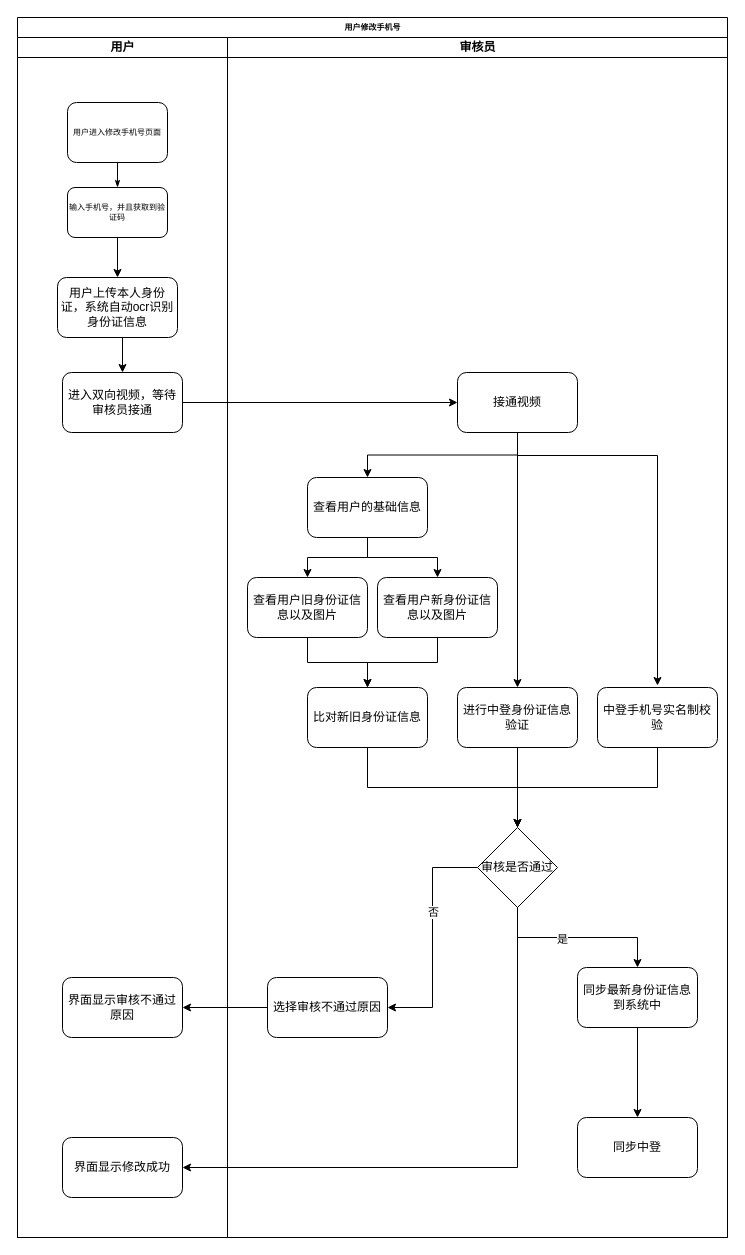
Earlier version of the draw.io diagram 未命名绘图.drawio (chengs2035/draw.io). Source tidied: cells renumbered, new cells numbered last; positions are measured from the earlier drawing's top-left corner, leaving out a move shared by most shapes. Both pictures are drawn from the tidied source at 100%, with x=0, y=0 at pixel (17, 17).
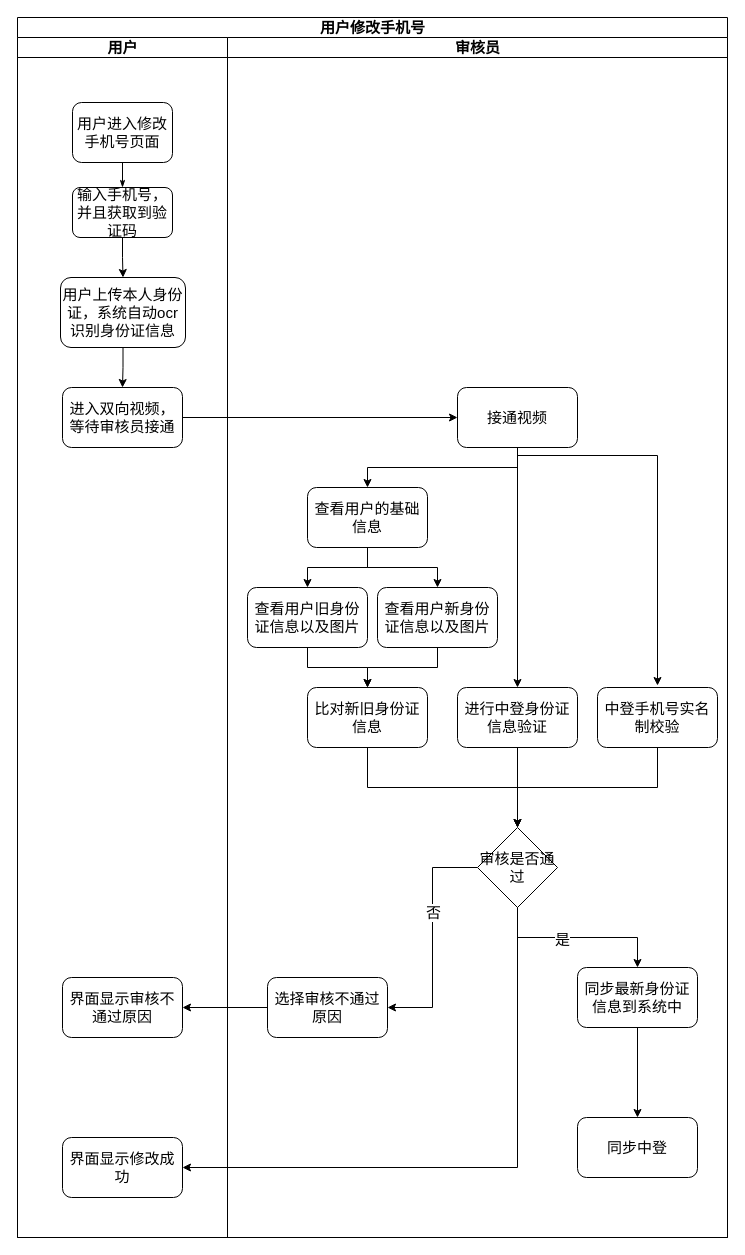
Above is the later version.

Commit message (it also covers changes not shown here):
更新未命名绘图.drawio

What changed in the source:
```diff
@@
-    <mxCell id="2" value="用户修改手机号" style="swimlane;html=1;startSize=20;rounded=0;shadow=0;labelBackgroundColor=none;strokeWidth=1;fontFamily=Verdana;fontSize=8;align=center;" parent="1" vertex="1">
+    <mxCell id="2" value="用户修改手机号" style="swimlane;html=1;startSize=20;rounded=0;shadow=0;labelBackgroundColor=none;strokeWidth=1;fontFamily=Verdana;fontSize=15;align=center;" parent="1" vertex="1">
       <mxGeometry width="710" height="1220" as="geometry" />
     </mxCell>
-    <mxCell id="3" value="用户" style="swimlane;html=1;startSize=20;" parent="2" vertex="1">
+    <mxCell id="3" value="用户" style="swimlane;html=1;startSize=20;fontSize=15;" parent="2" vertex="1">
       <mxGeometry y="20" width="210" height="1200" as="geometry" />
     </mxCell>
-    <mxCell id="4" value="用户进入修改手机号页面" style="rounded=1;whiteSpace=wrap;html=1;shadow=0;labelBackgroundColor=none;strokeWidth=1;fontFamily=Verdana;fontSize=8;align=center;" parent="3" vertex="1">
-      <mxGeometry x="50" y="65" width="100" height="60" as="geometry" />
+    <mxCell id="4" value="用户进入修改手机号页面" style="rounded=1;whiteSpace=wrap;html=1;shadow=0;labelBackgroundColor=none;strokeWidth=1;fontFamily=Verdana;fontSize=15;align=center;" parent="3" vertex="1">
+      <mxGeometry x="55" y="65" width="100" height="60" as="geometry" />
     </mxCell>
-    <mxCell id="5" style="edgeStyle=orthogonalEdgeStyle;rounded=0;jettySize=auto;html=1;exitX=0.5;exitY=1;exitDx=0;exitDy=0;entryX=0.5;entryY=0;entryDx=0;entryDy=0;" parent="3" edge="1" source="6" target="9">
+    <mxCell id="5" style="edgeStyle=orthogonalEdgeStyle;rounded=0;jettySize=auto;html=1;exitX=0.5;exitY=1;exitDx=0;exitDy=0;entryX=0.5;entryY=0;entryDx=0;entryDy=0;fontSize=15;" parent="3" edge="1" source="6" target="9">
       <mxGeometry relative="1" as="geometry" />
     </mxCell>
-    <mxCell id="6" value="输入手机号，并且获取到验证码" style="rounded=1;html=1;shadow=0;labelBackgroundColor=none;strokeWidth=1;fontFamily=Verdana;fontSize=8;align=center;verticalAlign=middle;whiteSpace=wrap;" parent="3" vertex="1">
-      <mxGeometry x="50" y="150" width="100" height="50" as="geometry" />
+    <mxCell id="6" value="输入手机号，并且获取到验证码" style="rounded=1;html=1;shadow=0;labelBackgroundColor=none;strokeWidth=1;fontFamily=Verdana;fontSize=15;align=center;verticalAlign=middle;whiteSpace=wrap;" parent="3" vertex="1">
+      <mxGeometry x="55" y="150" width="100" height="50" as="geometry" />
     </mxCell>
-    <mxCell id="7" style="edgeStyle=orthogonalEdgeStyle;rounded=1;html=1;labelBackgroundColor=none;startArrow=none;startFill=0;startSize=5;endArrow=classicThin;endFill=1;endSize=5;jettySize=auto;strokeWidth=1;fontFamily=Verdana;fontSize=8;" parent="3" edge="1" source="4" target="6">
+    <mxCell id="7" style="edgeStyle=orthogonalEdgeStyle;rounded=1;html=1;labelBackgroundColor=none;startArrow=none;startFill=0;startSize=5;endArrow=classicThin;endFill=1;endSize=5;jettySize=auto;strokeWidth=1;fontFamily=Verdana;fontSize=15;" parent="3" edge="1" source="4" target="6">
       <mxGeometry relative="1" as="geometry" />
     </mxCell>
-    <mxCell id="8" style="edgeStyle=orthogonalEdgeStyle;rounded=0;jettySize=auto;html=1;exitX=0.5;exitY=1;exitDx=0;exitDy=0;entryX=0.5;entryY=0;entryDx=0;entryDy=0;" parent="3" edge="1" source="9" target="10">
+    <mxCell id="8" style="edgeStyle=orthogonalEdgeStyle;rounded=0;jettySize=auto;html=1;exitX=0.5;exitY=1;exitDx=0;exitDy=0;entryX=0.5;entryY=0;entryDx=0;entryDy=0;fontSize=15;" parent="3" edge="1" source="9" target="10">
       <mxGeometry relative="1" as="geometry" />
     </mxCell>
-    <mxCell id="9" value="用户上传本人身份证，系统自动ocr识别身份证信息" style="rounded=1;whiteSpace=wrap;html=1;" parent="3" vertex="1">
-      <mxGeometry x="40" y="240" width="120" height="60" as="geometry" />
+    <mxCell id="9" value="用户上传本人身份证，系统自动ocr识别身份证信息" style="rounded=1;whiteSpace=wrap;html=1;fontSize=15;" parent="3" vertex="1">
+      <mxGeometry x="43" y="240" width="125" height="70" as="geometry" />
     </mxCell>
-    <mxCell id="10" value="进入双向视频，等待审核员接通" style="rounded=1;whiteSpace=wrap;html=1;" parent="3" vertex="1">
-      <mxGeometry x="45" y="335" width="120" height="60" as="geometry" />
+    <mxCell id="10" value="进入双向视频，等待审核员接通" style="rounded=1;whiteSpace=wrap;html=1;fontSize=15;" parent="3" vertex="1">
+      <mxGeometry x="45" y="350" width="120" height="60" as="geometry" />
     </mxCell>
-    <mxCell id="11" value="界面显示审核不通过原因" style="rounded=1;whiteSpace=wrap;html=1;" parent="3" vertex="1">
+    <mxCell id="11" value="界面显示审核不通过原因" style="rounded=1;whiteSpace=wrap;html=1;fontSize=15;" parent="3" vertex="1">
       <mxGeometry x="45" y="940" width="120" height="60" as="geometry" />
     </mxCell>
-    <mxCell id="12" value="界面显示修改成功" style="rounded=1;whiteSpace=wrap;html=1;" parent="3" vertex="1">
+    <mxCell id="12" value="界面显示修改成功" style="rounded=1;whiteSpace=wrap;html=1;fontSize=15;" parent="3" vertex="1">
       <mxGeometry x="45" y="1100" width="120" height="60" as="geometry" />
     </mxCell>
-    <mxCell id="13" style="edgeStyle=orthogonalEdgeStyle;rounded=0;jettySize=auto;html=1;exitX=1;exitY=0.5;exitDx=0;exitDy=0;entryX=0;entryY=0.5;entryDx=0;entryDy=0;" parent="2" edge="1" source="10" target="19">
+    <mxCell id="13" style="edgeStyle=orthogonalEdgeStyle;rounded=0;jettySize=auto;html=1;exitX=1;exitY=0.5;exitDx=0;exitDy=0;entryX=0;entryY=0.5;entryDx=0;entryDy=0;fontSize=15;" parent="2" edge="1" source="10" target="19">
       <mxGeometry relative="1" as="geometry" />
     </mxCell>
-    <mxCell id="14" value="审核员" style="swimlane;html=1;startSize=20;direction=east;" parent="2" vertex="1">
+    <mxCell id="14" value="审核员" style="swimlane;html=1;startSize=20;direction=east;fontSize=15;" parent="2" vertex="1">
       <mxGeometry x="210" y="20" width="500" height="1200" as="geometry" />
     </mxCell>
-    <mxCell id="15" value="查看用户旧身份证信息以及图片" style="rounded=1;whiteSpace=wrap;html=1;" parent="14" vertex="1">
-      <mxGeometry x="20" y="540" width="120" height="60" as="geometry" />
+    <mxCell id="15" value="查看用户旧身份证信息以及图片" style="rounded=1;whiteSpace=wrap;html=1;fontSize=15;" parent="14" vertex="1">
+      <mxGeometry x="20" y="550" width="120" height="60" as="geometry" />
     </mxCell>
-    <mxCell id="16" style="edgeStyle=orthogonalEdgeStyle;rounded=0;jettySize=auto;html=1;exitX=0.5;exitY=1;exitDx=0;exitDy=0;entryX=0.5;entryY=0;entryDx=0;entryDy=0;" parent="14" edge="1" source="19" target="21">
+    <mxCell id="16" style="edgeStyle=orthogonalEdgeStyle;rounded=0;jettySize=auto;html=1;exitX=0.5;exitY=1;exitDx=0;exitDy=0;entryX=0.5;entryY=0;entryDx=0;entryDy=0;fontSize=15;" parent="14" edge="1" source="19" target="21">
       <mxGeometry relative="1" as="geometry" />
     </mxCell>
-    <mxCell id="17" style="edgeStyle=orthogonalEdgeStyle;rounded=0;jettySize=auto;html=1;exitX=0.5;exitY=1;exitDx=0;exitDy=0;" parent="14" edge="1" source="19" target="25">
+    <mxCell id="17" style="edgeStyle=orthogonalEdgeStyle;rounded=0;jettySize=auto;html=1;exitX=0.5;exitY=1;exitDx=0;exitDy=0;fontSize=15;" parent="14" edge="1" source="19" target="25">
       <mxGeometry relative="1" as="geometry" />
     </mxCell>
-    <mxCell id="18" style="edgeStyle=orthogonalEdgeStyle;rounded=0;orthogonalLoop=1;jettySize=auto;html=1;exitX=0.5;exitY=1;exitDx=0;exitDy=0;entryX=0.5;entryY=0;entryDx=0;entryDy=0;" parent="14" edge="1">
+    <mxCell id="18" style="edgeStyle=orthogonalEdgeStyle;rounded=0;orthogonalLoop=1;jettySize=auto;html=1;exitX=0.5;exitY=1;exitDx=0;exitDy=0;entryX=0.5;entryY=0;entryDx=0;entryDy=0;fontSize=15;" parent="14" edge="1">
       <mxGeometry relative="1" as="geometry">
         <mxPoint x="290" y="393" as="sourcePoint" />
         <mxPoint x="430" y="648" as="targetPoint" />
         <Array as="points">
           <mxPoint x="290" y="418" />
           <mxPoint x="430" y="418" />
         </Array>
       </mxGeometry>
     </mxCell>
-    <mxCell id="19" value="接通视频" style="rounded=1;whiteSpace=wrap;html=1;" parent="14" vertex="1">
-      <mxGeometry x="230" y="335" width="120" height="60" as="geometry" />
+    <mxCell id="19" value="接通视频" style="rounded=1;whiteSpace=wrap;html=1;fontSize=15;" parent="14" vertex="1">
+      <mxGeometry x="230" y="350" width="120" height="60" as="geometry" />
     </mxCell>
-    <mxCell id="20" style="edgeStyle=orthogonalEdgeStyle;rounded=0;jettySize=auto;html=1;exitX=0.5;exitY=1;exitDx=0;exitDy=0;entryX=0.5;entryY=0;entryDx=0;entryDy=0;" parent="14" edge="1" source="21" target="15">
+    <mxCell id="20" style="edgeStyle=orthogonalEdgeStyle;rounded=0;jettySize=auto;html=1;exitX=0.5;exitY=1;exitDx=0;exitDy=0;entryX=0.5;entryY=0;entryDx=0;entryDy=0;fontSize=15;" parent="14" edge="1" source="21" target="15">
       <mxGeometry relative="1" as="geometry" />
     </mxCell>
-    <mxCell id="21" value="查看用户的基础信息" style="rounded=1;whiteSpace=wrap;html=1;" parent="14" vertex="1">
-      <mxGeometry x="80" y="440" width="120" height="60" as="geometry" />
+    <mxCell id="21" value="查看用户的基础信息" style="rounded=1;whiteSpace=wrap;html=1;fontSize=15;" parent="14" vertex="1">
+      <mxGeometry x="80" y="450" width="120" height="60" as="geometry" />
     </mxCell>
-    <mxCell id="22" style="edgeStyle=orthogonalEdgeStyle;rounded=0;jettySize=auto;html=1;exitX=0.5;exitY=1;exitDx=0;exitDy=0;entryX=0.5;entryY=0;entryDx=0;entryDy=0;" parent="14" edge="1" source="23" target="36">
+    <mxCell id="22" style="edgeStyle=orthogonalEdgeStyle;rounded=0;jettySize=auto;html=1;exitX=0.5;exitY=1;exitDx=0;exitDy=0;entryX=0.5;entryY=0;entryDx=0;entryDy=0;fontSize=15;" parent="14" edge="1" source="23" target="36">
       <mxGeometry relative="1" as="geometry" />
     </mxCell>
-    <mxCell id="23" value="比对新旧身份证信息" style="rounded=1;whiteSpace=wrap;html=1;" parent="14" vertex="1">
+    <mxCell id="23" value="比对新旧身份证信息" style="rounded=1;whiteSpace=wrap;html=1;fontSize=15;" parent="14" vertex="1">
       <mxGeometry x="80" y="650" width="120" height="60" as="geometry" />
     </mxCell>
-    <mxCell id="24" style="edgeStyle=orthogonalEdgeStyle;rounded=0;jettySize=auto;html=1;exitX=0.5;exitY=1;exitDx=0;exitDy=0;entryX=0.5;entryY=0;entryDx=0;entryDy=0;" parent="14" edge="1" source="15" target="23">
+    <mxCell id="24" style="edgeStyle=orthogonalEdgeStyle;rounded=0;jettySize=auto;html=1;exitX=0.5;exitY=1;exitDx=0;exitDy=0;entryX=0.5;entryY=0;entryDx=0;entryDy=0;fontSize=15;" parent="14" edge="1" source="15" target="23">
       <mxGeometry relative="1" as="geometry" />
     </mxCell>
-    <mxCell id="25" value="进行中登身份证信息验证" style="rounded=1;whiteSpace=wrap;html=1;" parent="14" vertex="1">
+    <mxCell id="25" value="进行中登身份证信息验证" style="rounded=1;whiteSpace=wrap;html=1;fontSize=15;" parent="14" vertex="1">
       <mxGeometry x="230" y="650" width="120" height="60" as="geometry" />
     </mxCell>
-    <mxCell id="26" value="中登手机号实名制校验" style="rounded=1;whiteSpace=wrap;html=1;" parent="14" vertex="1">
+    <mxCell id="26" value="中登手机号实名制校验" style="rounded=1;whiteSpace=wrap;html=1;fontSize=15;" parent="14" vertex="1">
       <mxGeometry x="370" y="650" width="120" height="60" as="geometry" />
     </mxCell>
-    <mxCell id="27" value="查看用户新身份证信息以及图片" style="rounded=1;whiteSpace=wrap;html=1;" parent="14" vertex="1">
-      <mxGeometry x="150" y="540" width="120" height="60" as="geometry" />
+    <mxCell id="27" value="查看用户新身份证信息以及图片" style="rounded=1;whiteSpace=wrap;html=1;fontSize=15;" parent="14" vertex="1">
+      <mxGeometry x="150" y="550" width="120" height="60" as="geometry" />
     </mxCell>
-    <mxCell id="28" style="edgeStyle=orthogonalEdgeStyle;rounded=0;jettySize=auto;html=1;exitX=0.5;exitY=1;exitDx=0;exitDy=0;entryX=0.5;entryY=0;entryDx=0;entryDy=0;" parent="14" edge="1" source="27" target="23">
+    <mxCell id="28" style="edgeStyle=orthogonalEdgeStyle;rounded=0;jettySize=auto;html=1;exitX=0.5;exitY=1;exitDx=0;exitDy=0;entryX=0.5;entryY=0;entryDx=0;entryDy=0;fontSize=15;" parent="14" edge="1" source="27" target="23">
       <mxGeometry relative="1" as="geometry" />
     </mxCell>
-    <mxCell id="29" style="edgeStyle=orthogonalEdgeStyle;rounded=0;jettySize=auto;html=1;exitX=0.5;exitY=1;exitDx=0;exitDy=0;entryX=0.5;entryY=0;entryDx=0;entryDy=0;" parent="14" edge="1" source="21" target="27">
+    <mxCell id="29" style="edgeStyle=orthogonalEdgeStyle;rounded=0;jettySize=auto;html=1;exitX=0.5;exitY=1;exitDx=0;exitDy=0;entryX=0.5;entryY=0;entryDx=0;entryDy=0;fontSize=15;" parent="14" edge="1" source="21" target="27">
       <mxGeometry relative="1" as="geometry" />
     </mxCell>
-    <mxCell id="30" style="edgeStyle=orthogonalEdgeStyle;rounded=0;jettySize=auto;html=1;exitX=0.5;exitY=1;exitDx=0;exitDy=0;entryX=0.5;entryY=0;entryDx=0;entryDy=0;" parent="14" edge="1" source="31" target="40">
+    <mxCell id="30" style="edgeStyle=orthogonalEdgeStyle;rounded=0;jettySize=auto;html=1;exitX=0.5;exitY=1;exitDx=0;exitDy=0;entryX=0.5;entryY=0;entryDx=0;entryDy=0;fontSize=15;" parent="14" edge="1" source="31" target="40">
       <mxGeometry relative="1" as="geometry" />
     </mxCell>
-    <mxCell id="31" value="同步最新身份证信息到系统中" style="rounded=1;whiteSpace=wrap;html=1;" parent="14" vertex="1">
+    <mxCell id="31" value="同步最新身份证信息到系统中" style="rounded=1;whiteSpace=wrap;html=1;fontSize=15;" parent="14" vertex="1">
       <mxGeometry x="350" y="930" width="120" height="60" as="geometry" />
     </mxCell>
-    <mxCell id="32" style="edgeStyle=orthogonalEdgeStyle;rounded=0;jettySize=auto;html=1;exitX=0.5;exitY=1;exitDx=0;exitDy=0;entryX=0.5;entryY=0;entryDx=0;entryDy=0;" parent="14" edge="1" source="36" target="31">
+    <mxCell id="32" style="edgeStyle=orthogonalEdgeStyle;rounded=0;jettySize=auto;html=1;exitX=0.5;exitY=1;exitDx=0;exitDy=0;entryX=0.5;entryY=0;entryDx=0;entryDy=0;fontSize=15;" parent="14" edge="1" source="36" target="31">
       <mxGeometry relative="1" as="geometry" />
     </mxCell>
-    <mxCell id="33" value="是" style="edgeLabel;html=1;align=center;verticalAlign=middle;" parent="32" vertex="1">
+    <mxCell id="33" value="是" style="edgeLabel;html=1;align=center;verticalAlign=middle;fontSize=15;" parent="32" vertex="1">
       <mxGeometry x="-0.18" y="-1" relative="1" as="geometry" />
     </mxCell>
-    <mxCell id="34" style="edgeStyle=orthogonalEdgeStyle;rounded=0;jettySize=auto;html=1;exitX=0;exitY=0.5;exitDx=0;exitDy=0;entryX=1;entryY=0.5;entryDx=0;entryDy=0;" parent="14" edge="1" source="36" target="39">
+    <mxCell id="34" style="edgeStyle=orthogonalEdgeStyle;rounded=0;jettySize=auto;html=1;exitX=0;exitY=0.5;exitDx=0;exitDy=0;entryX=1;entryY=0.5;entryDx=0;entryDy=0;fontSize=15;" parent="14" edge="1" source="36" target="39">
       <mxGeometry relative="1" as="geometry" />
     </mxCell>
-    <mxCell id="35" value="否" style="edgeLabel;html=1;align=center;verticalAlign=middle;" parent="34" vertex="1">
+    <mxCell id="35" value="否" style="edgeLabel;html=1;align=center;verticalAlign=middle;fontSize=15;" parent="34" vertex="1">
       <mxGeometry x="-0.23" relative="1" as="geometry" />
     </mxCell>
-    <mxCell id="36" value="审核是否通过" style="rhombus;whiteSpace=wrap;html=1;" parent="14" vertex="1">
+    <mxCell id="36" value="审核是否通过" style="rhombus;whiteSpace=wrap;html=1;fontSize=15;" parent="14" vertex="1">
       <mxGeometry x="250" y="790" width="80" height="80" as="geometry" />
     </mxCell>
-    <mxCell id="37" style="edgeStyle=orthogonalEdgeStyle;rounded=0;jettySize=auto;html=1;exitX=0.5;exitY=1;exitDx=0;exitDy=0;entryX=0.5;entryY=0;entryDx=0;entryDy=0;" parent="14" edge="1" source="26" target="36">
+    <mxCell id="37" style="edgeStyle=orthogonalEdgeStyle;rounded=0;jettySize=auto;html=1;exitX=0.5;exitY=1;exitDx=0;exitDy=0;entryX=0.5;entryY=0;entryDx=0;entryDy=0;fontSize=15;" parent="14" edge="1" source="26" target="36">
       <mxGeometry relative="1" as="geometry" />
     </mxCell>
-    <mxCell id="38" style="edgeStyle=orthogonalEdgeStyle;rounded=0;jettySize=auto;html=1;exitX=0.5;exitY=1;exitDx=0;exitDy=0;entryX=0.5;entryY=0;entryDx=0;entryDy=0;" parent="14" edge="1" source="25" target="36">
+    <mxCell id="38" style="edgeStyle=orthogonalEdgeStyle;rounded=0;jettySize=auto;html=1;exitX=0.5;exitY=1;exitDx=0;exitDy=0;entryX=0.5;entryY=0;entryDx=0;entryDy=0;fontSize=15;" parent="14" edge="1" source="25" target="36">
       <mxGeometry relative="1" as="geometry" />
     </mxCell>
-    <mxCell id="39" value="选择审核不通过原因" style="rounded=1;whiteSpace=wrap;html=1;" parent="14" vertex="1">
+    <mxCell id="39" value="选择审核不通过原因" style="rounded=1;whiteSpace=wrap;html=1;fontSize=15;" parent="14" vertex="1">
       <mxGeometry x="40" y="940" width="120" height="60" as="geometry" />
     </mxCell>
-    <mxCell id="40" value="同步中登" style="rounded=1;whiteSpace=wrap;html=1;" parent="14" vertex="1">
+    <mxCell id="40" value="同步中登" style="rounded=1;whiteSpace=wrap;html=1;fontSize=15;" parent="14" vertex="1">
       <mxGeometry x="350" y="1080" width="120" height="60" as="geometry" />
     </mxCell>
-    <mxCell id="41" style="edgeStyle=orthogonalEdgeStyle;rounded=0;jettySize=auto;html=1;exitX=0;exitY=0.5;exitDx=0;exitDy=0;entryX=1;entryY=0.5;entryDx=0;entryDy=0;" parent="2" edge="1" source="39" target="11">
+    <mxCell id="41" style="edgeStyle=orthogonalEdgeStyle;rounded=0;jettySize=auto;html=1;exitX=0;exitY=0.5;exitDx=0;exitDy=0;entryX=1;entryY=0.5;entryDx=0;entryDy=0;fontSize=15;" parent="2" edge="1" source="39" target="11">
       <mxGeometry relative="1" as="geometry" />
     </mxCell>
-    <mxCell id="42" style="edgeStyle=orthogonalEdgeStyle;rounded=0;jettySize=auto;html=1;entryX=1;entryY=0.5;entryDx=0;entryDy=0;exitX=0.5;exitY=1;exitDx=0;exitDy=0;" parent="2" edge="1" source="36" target="12">
+    <mxCell id="42" style="edgeStyle=orthogonalEdgeStyle;rounded=0;jettySize=auto;html=1;entryX=1;entryY=0.5;entryDx=0;entryDy=0;exitX=0.5;exitY=1;exitDx=0;exitDy=0;fontSize=15;" parent="2" edge="1" source="36" target="12">
       <mxGeometry relative="1" as="geometry" />
     </mxCell>
```
